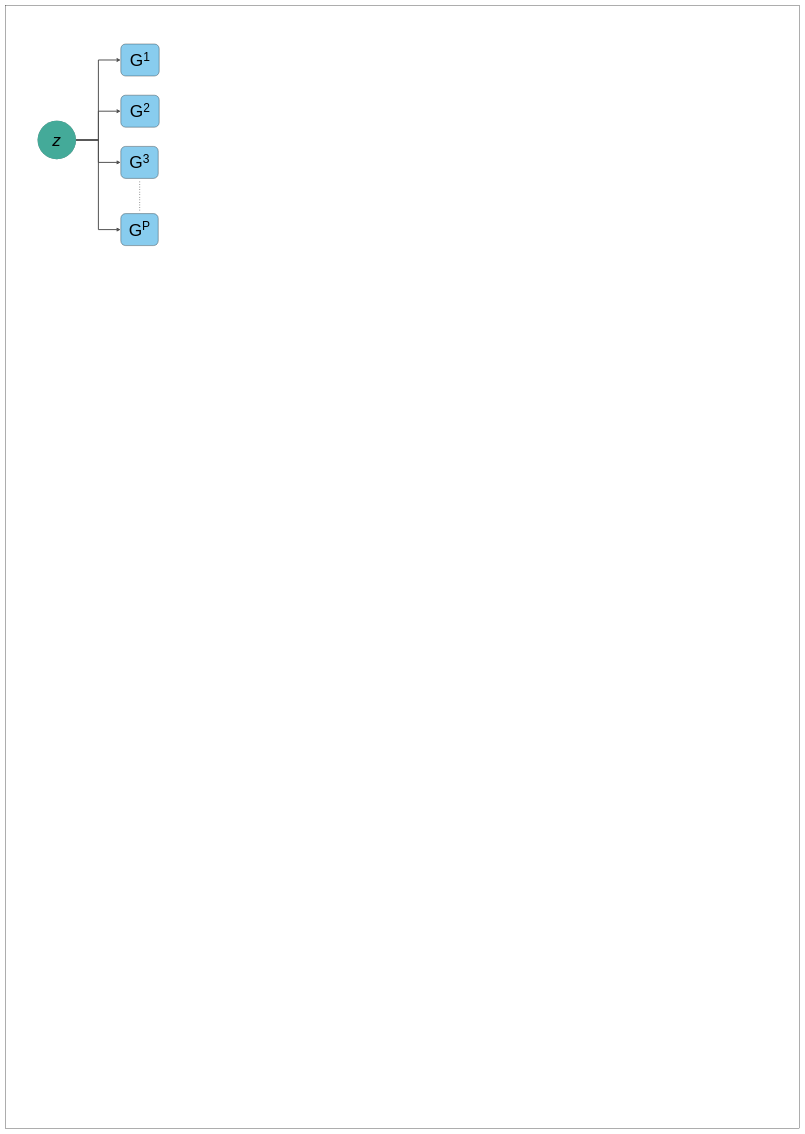
BiancaMass/Diagrams keeps this draw.io diagram as page "Page-2" (2 of 2) of Thesis_General_Plots.drawio. Above is the earlier version. Source tidied: cells renumbered, new cells numbered last; positions are measured from the earlier drawing's top-left corner, leaving out a move shared by most shapes. Both pictures are drawn from the tidied source at 32%, with x=0, y=0 at pixel (5, 5).
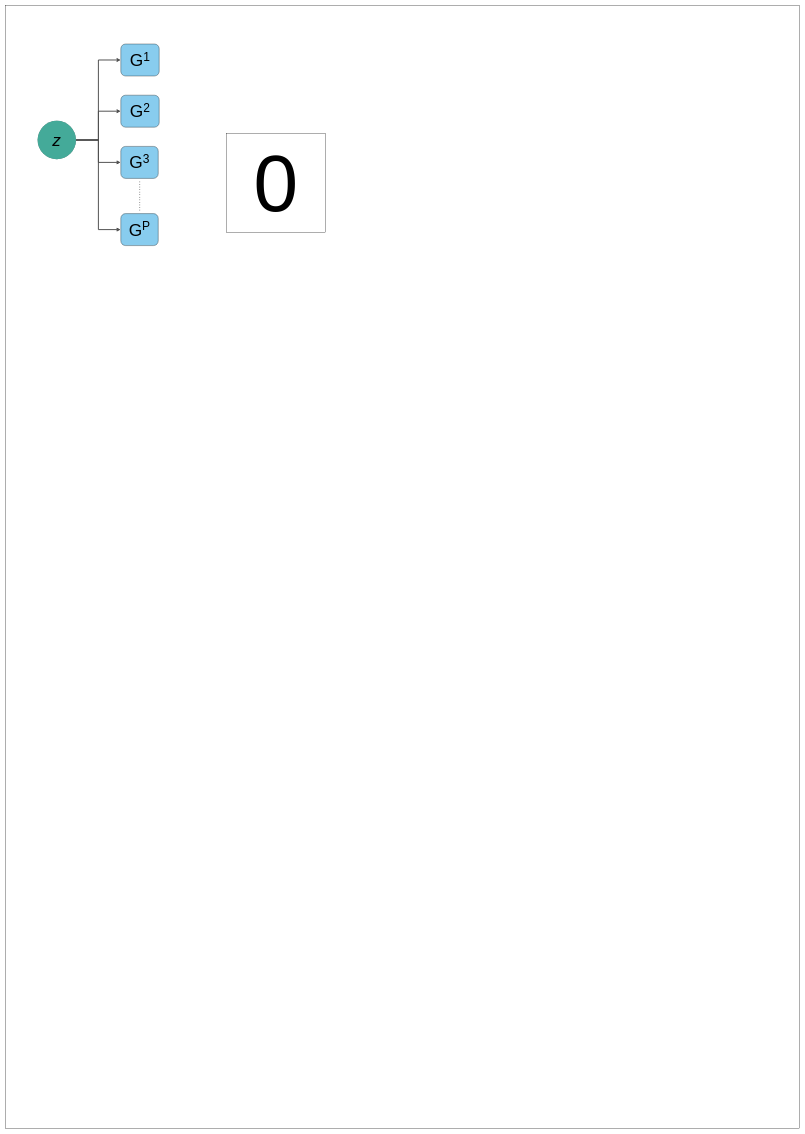
The same page after the edit.

Change to the diagram source:
```diff
@@
 <mxGraphModel>
   <root>
     <mxCell id="0" />
     <mxCell id="1" parent="0" />
     <mxCell id="2" style="rounded=0;whiteSpace=wrap;html=1;fillColor=none;" parent="1" vertex="1">
       <mxGeometry width="2480" height="3510" as="geometry" />
     </mxCell>
     <mxCell id="3" style="edgeStyle=orthogonalEdgeStyle;rounded=0;jettySize=auto;html=1;entryX=0;entryY=0.5;entryDx=0;entryDy=0;strokeWidth=3;strokeColor=#4D4D4D;" parent="1" edge="1" source="7" target="8">
       <mxGeometry relative="1" as="geometry" />
     </mxCell>
     <mxCell id="4" style="edgeStyle=orthogonalEdgeStyle;rounded=0;jettySize=auto;html=1;entryX=0;entryY=0.5;entryDx=0;entryDy=0;strokeWidth=3;strokeColor=#4D4D4D;" parent="1" edge="1" source="7" target="9">
       <mxGeometry relative="1" as="geometry" />
     </mxCell>
     <mxCell id="5" style="edgeStyle=orthogonalEdgeStyle;rounded=0;jettySize=auto;html=1;entryX=0;entryY=0.5;entryDx=0;entryDy=0;strokeWidth=3;strokeColor=#4D4D4D;" parent="1" edge="1" source="7" target="10">
       <mxGeometry relative="1" as="geometry" />
     </mxCell>
     <mxCell id="6" style="edgeStyle=orthogonalEdgeStyle;rounded=0;jettySize=auto;html=1;entryX=0;entryY=0.5;entryDx=0;entryDy=0;strokeWidth=3;strokeColor=#4D4D4D;" parent="1" edge="1" source="7" target="11">
       <mxGeometry relative="1" as="geometry" />
     </mxCell>
     <mxCell id="7" value="&lt;font face=&quot;Computer Modern Sans&quot; style=&quot;font-size: 54px;&quot;&gt;&lt;i style=&quot;&quot;&gt;z&lt;/i&gt;&lt;/font&gt;" style="ellipse;whiteSpace=wrap;html=1;fillColor=#44AA99;strokeColor=none;shadow=1;shadowOpacity=50;shadowOffsetX=0;shadowOffsetY=0;" parent="1" vertex="1">
       <mxGeometry x="100" y="360" width="120" height="120" as="geometry" />
     </mxCell>
     <mxCell id="8" value="&lt;font face=&quot;Computer Modern Sans&quot; style=&quot;font-size: 54px;&quot;&gt;G&lt;/font&gt;&lt;font face=&quot;Computer Modern Sans&quot; style=&quot;font-size: 45px;&quot;&gt;&lt;sup&gt;1&lt;/sup&gt;&lt;/font&gt;" style="rounded=1;whiteSpace=wrap;html=1;fillColor=#88CCEE;" parent="1" vertex="1">
       <mxGeometry x="360" y="120" width="120" height="100" as="geometry" />
     </mxCell>
     <mxCell id="9" value="&lt;font face=&quot;Computer Modern Sans&quot; style=&quot;font-size: 54px;&quot;&gt;G&lt;/font&gt;&lt;font face=&quot;Computer Modern Sans&quot; style=&quot;font-size: 45px;&quot;&gt;&lt;sup&gt;2&lt;/sup&gt;&lt;/font&gt;" style="rounded=1;whiteSpace=wrap;html=1;fillColor=#88CCEE;" parent="1" vertex="1">
       <mxGeometry x="360" y="280" width="120" height="100" as="geometry" />
     </mxCell>
     <mxCell id="10" value="&lt;font face=&quot;Computer Modern Sans&quot; style=&quot;font-size: 54px;&quot;&gt;G&lt;/font&gt;&lt;font face=&quot;Computer Modern Sans&quot; style=&quot;font-size: 45px;&quot;&gt;&lt;sup&gt;3&lt;/sup&gt;&lt;/font&gt;" style="rounded=1;whiteSpace=wrap;html=1;fillColor=#88CCEE;" parent="1" vertex="1">
       <mxGeometry x="360" y="440" width="117" height="100" as="geometry" />
     </mxCell>
     <mxCell id="11" value="&lt;font face=&quot;Computer Modern Sans&quot; style=&quot;font-size: 54px;&quot;&gt;G&lt;/font&gt;&lt;font face=&quot;Computer Modern Sans&quot; style=&quot;font-size: 45px;&quot;&gt;&lt;sup&gt;P&lt;/sup&gt;&lt;/font&gt;" style="rounded=1;whiteSpace=wrap;html=1;fillColor=#88CCEE;" parent="1" vertex="1">
       <mxGeometry x="360" y="650" width="117" height="100" as="geometry" />
     </mxCell>
     <mxCell id="12" style="endArrow=none;dashed=1;html=1;dashPattern=1 3;strokeWidth=2;rounded=0;" parent="1" edge="1">
       <mxGeometry relative="1" as="geometry">
         <mxPoint x="419" y="640" as="sourcePoint" />
         <mxPoint x="419" y="550" as="targetPoint" />
       </mxGeometry>
     </mxCell>
+    <mxCell id="13" value="&lt;font style=&quot;font-size: 250px;&quot;&gt;0&lt;/font&gt;" style="whiteSpace=wrap;html=1;" parent="1" vertex="1">
+      <mxGeometry x="690" y="400" width="310" height="310" as="geometry" />
+    </mxCell>
   </root>
 </mxGraphModel>
```
